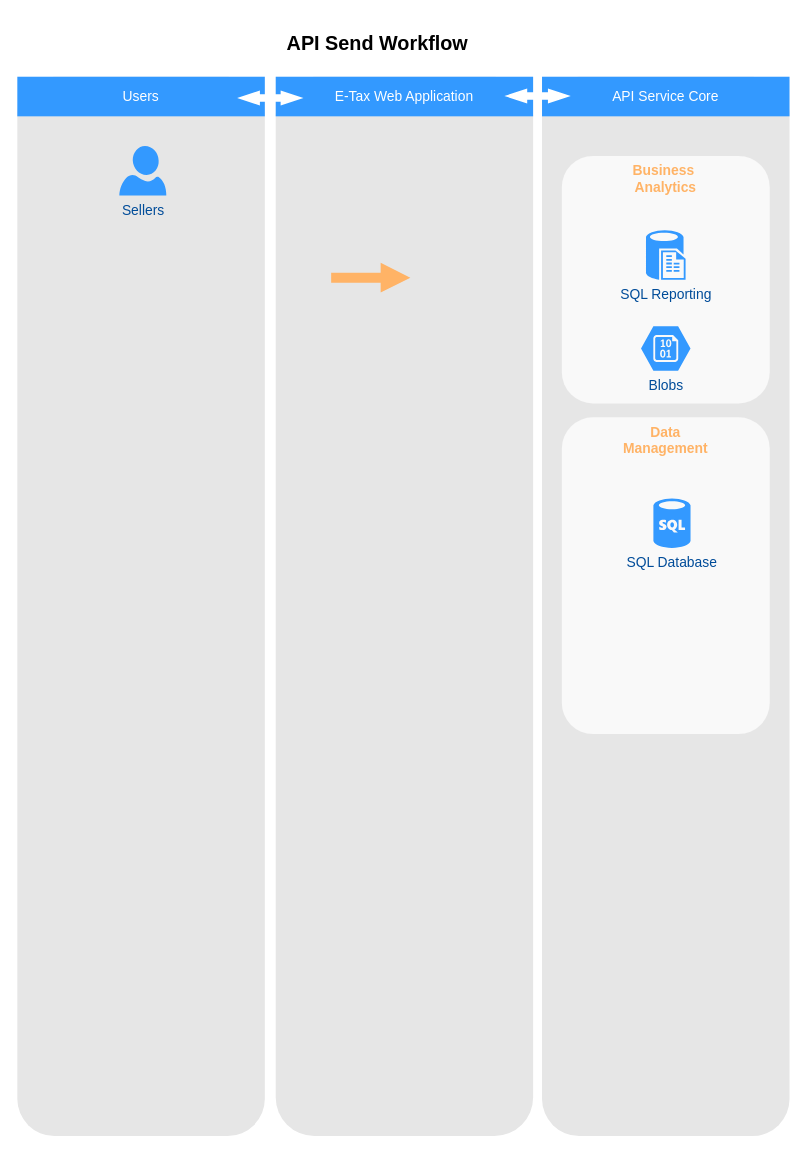
The draw.io diagram API Send Workflow.drawio in nirawat/eTax, before the edit. Source tidied: cells renumbered, new cells numbered last; positions are measured from the earlier drawing's top-left corner, leaving out a move shared by most shapes. Both pictures are drawn from the tidied source at 99%, with x=0, y=0 at pixel (17, 17).
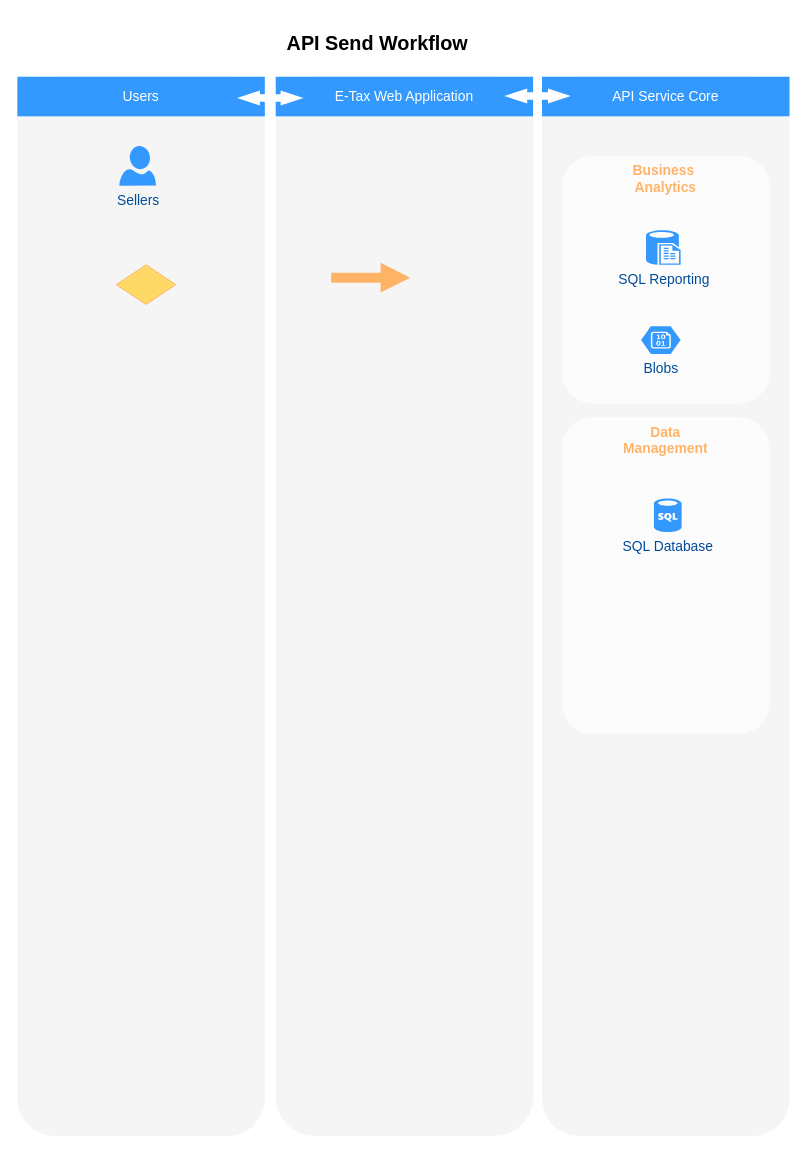
After the change.

What changed in the source:
```diff
@@
 <mxGraphModel>
   <root>
     <mxCell id="0" />
     <mxCell id="1" parent="0" />
-    <mxCell id="2" style="rounded=1;whiteSpace=wrap;html=1;dashed=1;strokeColor=none;strokeWidth=2;fillColor=#E6E6E6;fontFamily=Verdana;fontSize=12;fontColor=#00BEF2;" parent="1" vertex="1">
+    <mxCell id="2" style="rounded=1;whiteSpace=wrap;html=1;dashed=1;strokeColor=none;strokeWidth=2;fillColor=#F5F5F5;fontFamily=Verdana;fontSize=12;fontColor=#00BEF2;" parent="1" vertex="1">
       <mxGeometry y="60" width="250" height="1070" as="geometry" />
     </mxCell>
-    <mxCell id="3" style="rounded=1;whiteSpace=wrap;html=1;dashed=1;strokeColor=none;strokeWidth=2;fillColor=#E6E6E6;fontFamily=Verdana;fontSize=12;fontColor=#00BEF2;" parent="1" vertex="1">
+    <mxCell id="3" style="rounded=1;whiteSpace=wrap;html=1;dashed=1;strokeColor=none;strokeWidth=2;fillColor=#F5F5F5;fontFamily=Verdana;fontSize=12;fontColor=#00BEF2;" parent="1" vertex="1">
       <mxGeometry x="261" y="60" width="260" height="1070" as="geometry" />
     </mxCell>
-    <mxCell id="4" style="rounded=1;whiteSpace=wrap;html=1;dashed=1;strokeColor=none;strokeWidth=2;fillColor=#E6E6E6;fontFamily=Verdana;fontSize=12;fontColor=#00BEF2;" parent="1" vertex="1">
+    <mxCell id="4" style="rounded=1;whiteSpace=wrap;html=1;dashed=1;strokeColor=none;strokeWidth=2;fillColor=#F5F5F5;fontFamily=Verdana;fontSize=12;fontColor=#00BEF2;" parent="1" vertex="1">
       <mxGeometry x="530" y="60" width="250" height="1070" as="geometry" />
     </mxCell>
     <mxCell id="5" value="Users" style="whiteSpace=wrap;html=1;dashed=1;strokeColor=none;strokeWidth=2;fillColor=#3399FF;fontFamily=Helvetica;fontSize=14;fontColor=#FFFFFF;fontStyle=0;" parent="1" vertex="1">
       <mxGeometry y="60" width="250" height="40" as="geometry" />
     </mxCell>
     <mxCell id="6" value="E-Tax Web Application" style="whiteSpace=wrap;html=1;dashed=1;strokeColor=none;strokeWidth=2;fillColor=#3399FF;fontFamily=Helvetica;fontSize=14;fontColor=#FFFFFF;fontStyle=0;" parent="1" vertex="1">
       <mxGeometry x="261" y="60" width="260" height="40" as="geometry" />
     </mxCell>
     <mxCell id="7" value="API Service Core" style="whiteSpace=wrap;html=1;dashed=1;strokeColor=none;strokeWidth=2;fillColor=#3399FF;fontFamily=Helvetica;fontSize=14;fontColor=#FFFFFF;fontStyle=0;" parent="1" vertex="1">
       <mxGeometry x="530" y="60" width="250" height="40" as="geometry" />
     </mxCell>
     <mxCell id="8" style="shape=mxgraph.arrows.two_way_arrow_horizontal;html=1;verticalLabelPosition=bottom;verticalAlign=top;strokeWidth=2;strokeColor=none;dashed=1;fillColor=#FFFFFF;fontFamily=Verdana;fontSize=12;fontColor=#00BEF2;" parent="1" vertex="1">
       <mxGeometry x="492" y="72" width="67" height="15" as="geometry" />
     </mxCell>
     <mxCell id="9" value="Sellers" style="verticalLabelPosition=bottom;html=1;verticalAlign=top;strokeColor=none;fillColor=#3399FF;shape=mxgraph.azure.user;dashed=1;fontSize=14;fontColor=#004C99;" parent="1" vertex="1">
-      <mxGeometry x="103" y="130" width="47.5" height="50" as="geometry" />
+      <mxGeometry x="103" y="130" width="37" height="40" as="geometry" />
     </mxCell>
     <mxCell id="10" value="Business&amp;nbsp;&lt;div&gt;Analytics&lt;/div&gt;" style="rounded=1;whiteSpace=wrap;html=1;dashed=1;strokeColor=none;strokeWidth=2;fillColor=#FFFFFF;fontFamily=Helvetica;fontSize=14;fontColor=#FFB366;opacity=75;verticalAlign=top;fontStyle=1;" parent="1" vertex="1">
       <mxGeometry x="550" y="140" width="210" height="250" as="geometry" />
     </mxCell>
     <mxCell id="11" value="Data&lt;div&gt;Management&lt;/div&gt;" style="rounded=1;whiteSpace=wrap;html=1;dashed=1;strokeColor=none;strokeWidth=2;fillColor=#FFFFFF;fontFamily=Helvetica;fontSize=14;fontColor=#FFB366;opacity=75;verticalAlign=top;fontStyle=1;" parent="1" vertex="1">
       <mxGeometry x="550" y="404" width="210" height="320" as="geometry" />
     </mxCell>
     <mxCell id="12" value="SQL Reporting" style="verticalLabelPosition=bottom;html=1;verticalAlign=top;strokeColor=none;fillColor=#3399FF;shape=mxgraph.azure.sql_reporting;dashed=1;fontSize=14;fontColor=#004C99;" parent="1" vertex="1">
-      <mxGeometry x="635" y="215" width="40" height="50" as="geometry" />
+      <mxGeometry x="635" y="215" width="35" height="35" as="geometry" />
     </mxCell>
     <mxCell id="13" value="SQL Database" style="verticalLabelPosition=bottom;html=1;verticalAlign=top;strokeColor=none;fillColor=#3399FF;shape=mxgraph.azure.sql_database;dashed=1;fontFamily=Helvetica;fontSize=14;fontColor=#004C99;" parent="1" vertex="1">
-      <mxGeometry x="642.5" y="486" width="37.5" height="50" as="geometry" />
+      <mxGeometry x="643" y="486" width="28" height="34" as="geometry" />
     </mxCell>
     <mxCell id="14" value="Blobs" style="verticalLabelPosition=bottom;html=1;verticalAlign=top;strokeColor=none;fillColor=#3399FF;shape=mxgraph.azure.storage_blob;dashed=1;fontFamily=Helvetica;fontSize=14;fontColor=#004C99;" parent="1" vertex="1">
-      <mxGeometry x="630" y="312" width="50" height="45" as="geometry" />
+      <mxGeometry x="630" y="312" width="40" height="28" as="geometry" />
     </mxCell>
     <mxCell id="15" style="arrow;html=1;endArrow=block;endFill=1;strokeColor=none;strokeWidth=4;fontFamily=Helvetica;fontSize=36;fontColor=#FFB366;fillColor=#FFB366;opacity=100;" parent="1" edge="1">
       <mxGeometry relative="1" as="geometry">
         <mxPoint x="317" y="263" as="sourcePoint" />
         <mxPoint x="397" y="263" as="targetPoint" />
       </mxGeometry>
     </mxCell>
     <mxCell id="16" value="API Send Workflow" style="text;html=1;strokeColor=none;fillColor=none;align=center;verticalAlign=middle;whiteSpace=wrap;rounded=0;fontStyle=1;fontSize=20;" parent="1" vertex="1">
       <mxGeometry x="233.5" width="260" height="50" as="geometry" />
     </mxCell>
     <mxCell id="17" style="shape=mxgraph.arrows.two_way_arrow_horizontal;html=1;verticalLabelPosition=bottom;verticalAlign=top;strokeWidth=2;strokeColor=none;dashed=1;fillColor=#FFFFFF;fontFamily=Verdana;fontSize=12;fontColor=#00BEF2;" parent="1" vertex="1">
       <mxGeometry x="222" y="74" width="67" height="15" as="geometry" />
     </mxCell>
+    <mxCell id="18" style="rhombus;whiteSpace=wrap;html=1;fontSize=14;fillColor=#FFD966;strokeColor=#FFB570;" parent="1" vertex="1">
+      <mxGeometry x="100" y="250" width="60" height="40" as="geometry" />
+    </mxCell>
   </root>
 </mxGraphModel>
```
